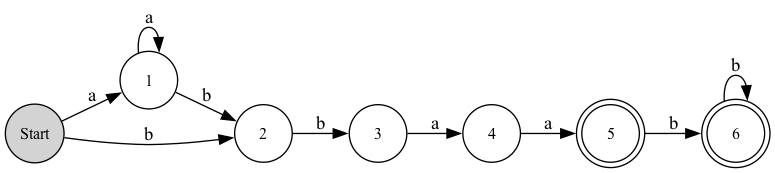
The Graphviz diagram pngs/dfa_graph.png in estebandonis/Proyecto1-TeoriaDeLaComputacion, before a commit. Its source is kept beside it as pngs/dfa_graph.dot.
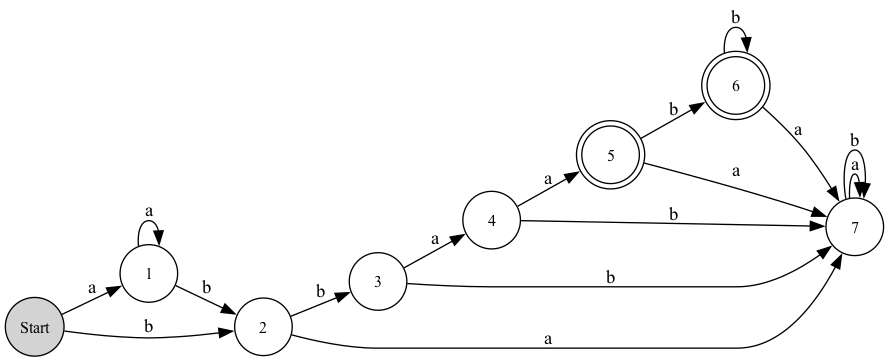
After the change.

Diff of the diagram source:
```diff
@@ -1,65 +1,90 @@
 digraph G {
-	graph [bb="0,0,412.93,215.17",
+	graph [bb="0,0,252.29,252.42",
 		rankdir=LR
 	];
 	node [label="\N"];
 	Start	[fontsize=12,
 		height=0.61168,
-		pos="334.37,22.02",
+		pos="142.59,22.02",
 		shape=circle,
 		style=filled,
 		width=0.61168];
 	1	[fontsize=12,
 		height=0.6,
-		pos="367.33,85.533",
+		pos="206.69,46.412",
 		width=0.6];
 	Start -> 1	[label=a,
-		lp="345.27,57.053",
-		pos="e,357.2,66.016 344.62,41.768 346.94,46.231 349.44,51.065 351.92,55.837"];
+		lp="172.63,40.561",
+		pos="e,186.31,38.657 163.58,30.007 167.45,31.483 171.58,33.053 175.68,34.615"];
 	2	[fontsize=12,
 		height=0.6,
-		pos="294.03,83.321",
+		pos="150.53,97.427",
 		width=0.6];
 	Start -> 2	[label=b,
-		lp="320.51,56.468",
-		pos="e,306,65.131 322.05,40.746 318.94,45.466 315.54,50.633 312.22,55.69"];
+		lp="142.6,62.482",
+		pos="e,148.23,75.629 144.93,44.237 145.58,50.505 146.32,57.464 147.03,64.227"];
 	1 -> 1	[label=a,
-		lp="409.93,85.533",
-		pos="e,388.11,78.948 388.11,92.118 398.11,92.931 406.93,90.736 406.93,85.533 406.93,82.525 403.98,80.523 399.56,79.525"];
+		lp="249.29,46.412",
+		pos="e,227.47,39.827 227.47,52.998 237.46,53.81 246.29,51.615 246.29,46.412 246.29,43.404 243.34,41.402 238.92,40.404"];
 	1 -> 2	[label=b,
-		lp="332.99,92.849",
-		pos="e,316.01,83.984 345.34,84.87 339.69,84.699 333.48,84.511 327.39,84.328"];
+		lp="179.36,76.418",
+		pos="e,166.54,82.881 190.44,61.168 185.63,65.541 180.25,70.431 175.03,75.169"];
 	3	[fontsize=12,
 		height=0.6,
-		pos="229.47,118.57",
+		pos="174.75,168.36",
 		width=0.6];
 	2 -> 3	[label=b,
-		lp="263.38,106.47",
-		pos="e,248.83,108 274.66,93.898 269.68,96.617 264.21,99.604 258.85,102.53"];
+		lp="157.54,136.09",
+		pos="e,167.75,147.85 157.66,118.32 159.7,124.29 161.97,130.93 164.16,137.36"];
+	7	[fontsize=12,
+		height=0.6,
+		pos="103.65,159.84",
+		width=0.6];
+	2 -> 7	[label=a,
+		lp="133.42,132.45",
+		pos="e,116.64,142.54 137.47,114.81 133.1,120.63 128.13,127.25 123.37,133.58"];
 	4	[fontsize=12,
 		height=0.6,
-		pos="164.96,151.83",
+		pos="134.56,230.82",
 		width=0.6];
 	3 -> 4	[label=a,
-		lp="199.22,140.87",
-		pos="e,184.3,141.86 210.11,128.55 205.14,131.12 199.67,133.93 194.32,136.69"];
+		lp="160.74,203.04",
+		pos="e,146.45,212.34 162.91,186.76 159.67,191.8 156.08,197.38 152.57,202.82"];
+	3 -> 7	[label=b,
+		lp="141.37,173.01",
+		pos="e,125.24,162.42 153.03,165.75 147.79,165.13 142.08,164.44 136.46,163.77"];
 	5	[fontsize=12,
 		height=0.71111,
-		pos="96.615,175.76",
+		pos="62.254,220.73",
 		shape=doublecircle,
 		width=0.71111];
 	4 -> 5	[label=a,
-		lp="135.08,169.49",
-		pos="e,120.96,167.23 144.46,159.01 140.41,160.42 136.07,161.95 131.7,163.47"];
+		lp="103.12,235.1",
+		pos="e,88.01,224.32 112.86,227.8 108.59,227.2 103.99,226.56 99.367,225.91"];
+	4 -> 7	[label=b,
+		lp="117.97,192.22",
+		pos="e,112.34,179.79 125.78,210.67 123.02,204.32 119.9,197.16 116.9,190.27"];
 	6	[fontsize=12,
 		height=0.71111,
-		pos="25.6,189.57",
+		pos="25.6,160.72",
 		shape=doublecircle,
 		width=0.71111];
 	5 -> 6	[label=b,
-		lp="63.336,189.83",
-		pos="e,50.756,184.68 71.378,180.67 68.343,181.26 65.199,181.87 62.044,182.48"];
+		lp="50.285,187.36",
+		pos="e,39.039,182.72 48.814,198.72 47.568,196.69 46.291,194.59 45.006,192.49"];
+	5 -> 7	[label=a,
+		lp="77.874,185.09",
+		pos="e,91.311,177.99 76.733,199.43 79.408,195.5 82.237,191.33 85.015,187.25"];
 	6 -> 6	[label=b,
-		lp="72.575,189.57",
-		pos="e,50.69,182.86 50.69,196.28 60.754,196.66 69.2,194.42 69.2,189.57 69.2,186.77 66.377,184.84 62.051,183.78"];
+		lp="72.575,160.72",
+		pos="e,50.69,154.01 50.69,167.43 60.754,167.81 69.2,165.57 69.2,160.72 69.2,157.91 66.377,155.98 62.051,154.93"];
+	6 -> 7	[label=a,
+		lp="58.107,168.57",
+		pos="e,81.686,160.08 51.59,160.42 57.687,160.36 64.265,160.28 70.624,160.21"];
+	7 -> 7	[label=a,
+		lp="146.25,159.84",
+		pos="e,125.24,156.51 125.24,163.16 134.9,163.47 143.25,162.37 143.25,159.84 143.25,158.41 140.61,157.44 136.58,156.92"];
+	7 -> 7	[label=b,
+		lp="164.63,159.84",
+		pos="e,124.92,154.12 124.92,165.56 142.69,168 161.25,166.09 161.25,159.84 161.25,154.9 149.69,152.67 136.09,153.15"];
 }
```
